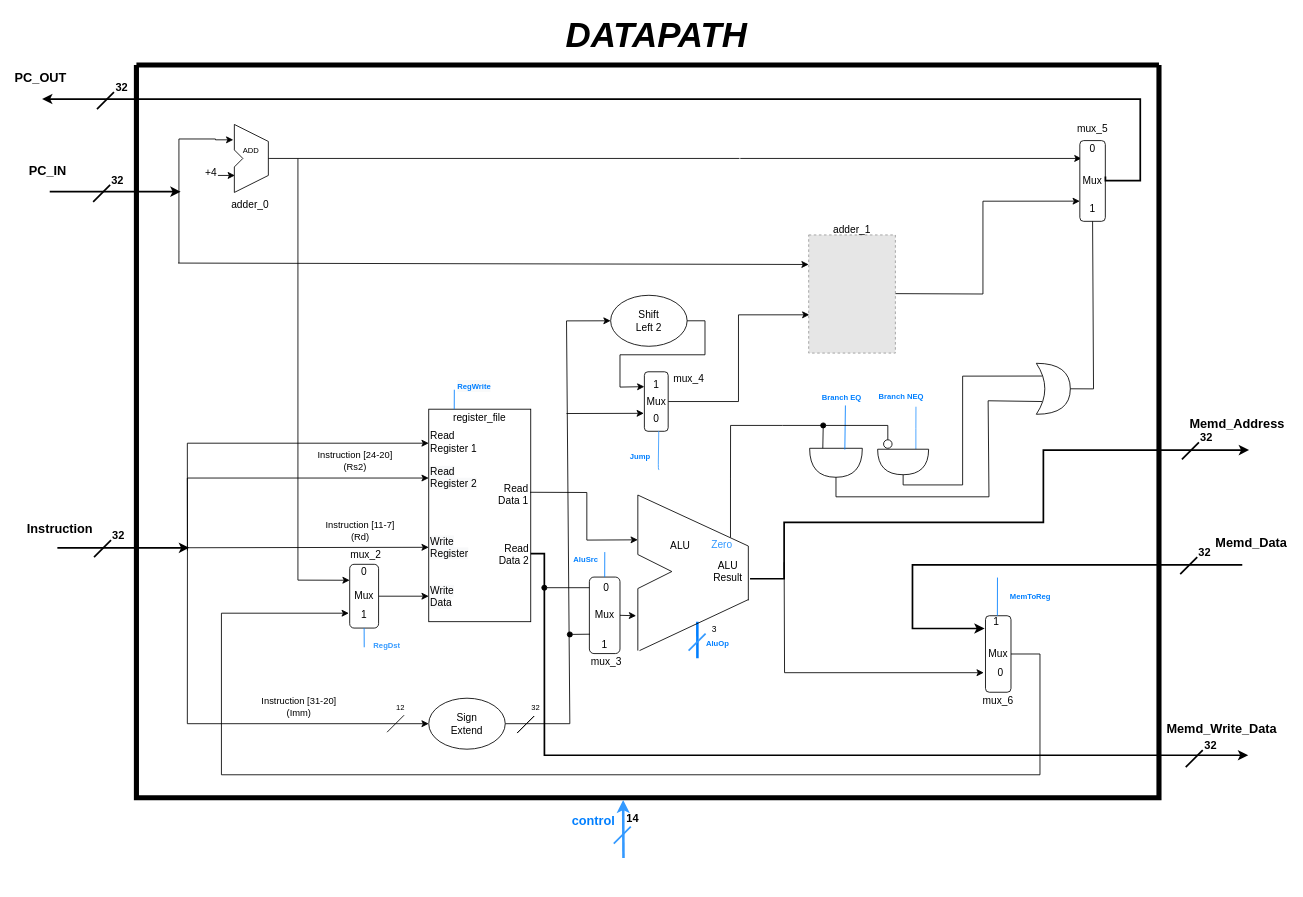
guiguitz/dedicated-processor keeps this draw.io diagram as Docs/datapath-schematic.drawio. Above is the earlier version. Source tidied: cells renumbered, new cells numbered last; positions are measured from the earlier drawing's top-left corner, leaving out a move shared by most shapes. Both pictures are drawn from the tidied source at 85%, with x=0, y=0 at pixel (34, 22). Pictures stored in the file or linked from it are replaced by grey dashed boxes.
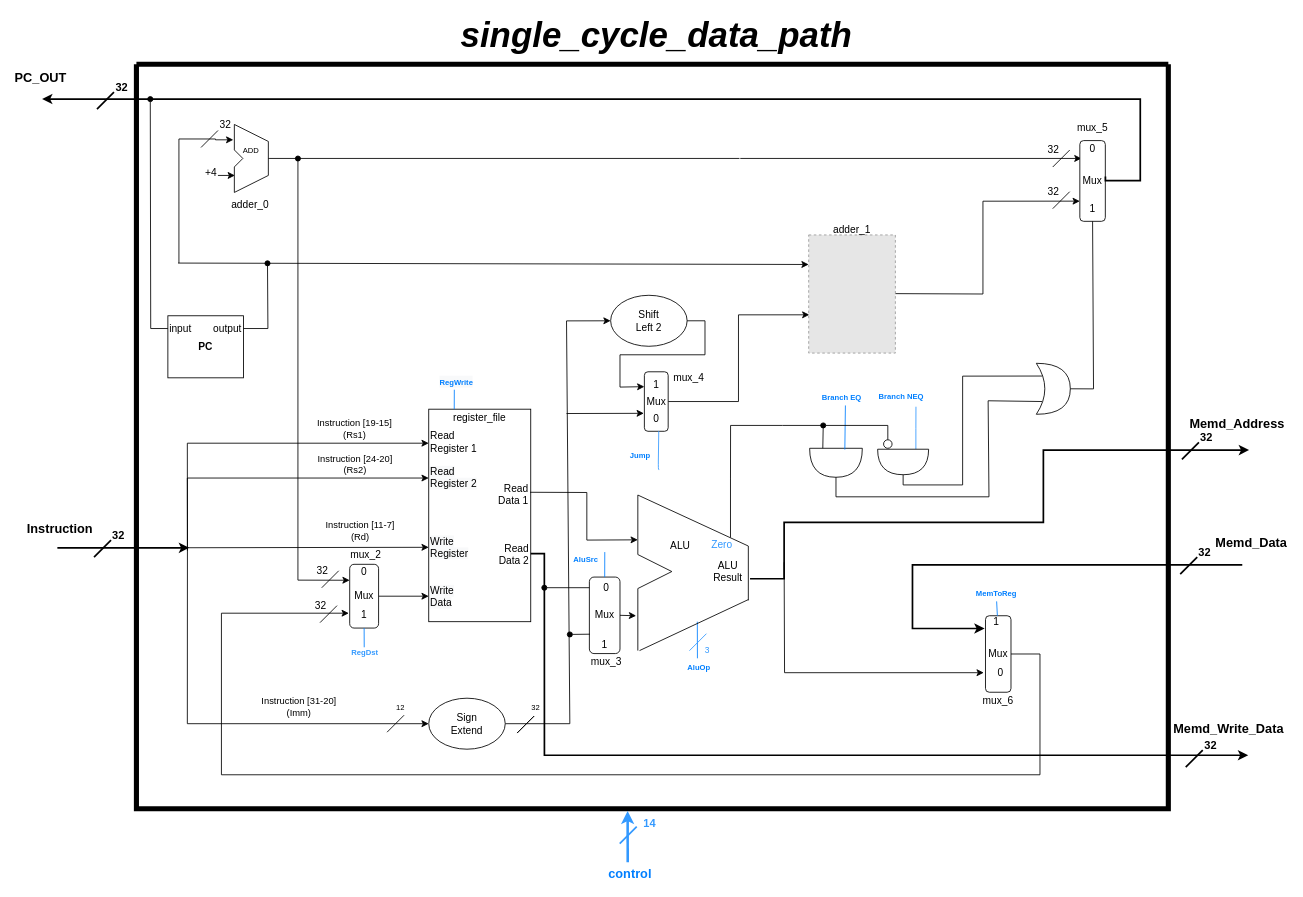
Above is the later version.

Unchanged cells that the change refers to:
```xml
<mxCell id="4" style="edgeStyle=none;rounded=0;orthogonalLoop=1;jettySize=auto;html=1;entryX=0;entryY=0.5;entryDx=0;entryDy=0;strokeColor=#000000;strokeWidth=1;" parent="1" edge="1">
  <mxGeometry relative="1" as="geometry">
    <mxPoint x="180" y="621" as="sourcePoint" />
    <mxPoint x="463.9" y="535.9" as="targetPoint" />
    <Array as="points">
      <mxPoint x="180" y="618" />
      <mxPoint x="179.9" y="535.9" />
    </Array>
  </mxGeometry>
</mxCell>
<mxCell id="32" value="Mux" style="rounded=1;whiteSpace=wrap;html=1;" parent="1" vertex="1">
  <mxGeometry x="370.9" y="637.4" width="34" height="75" as="geometry" />
</mxCell>
```

The edit, as a diff of the source:
```diff
@@
     <mxCell id="5" value="&lt;font style=&quot;font-size: 11px&quot;&gt;Instruction [24-20]&lt;br&gt;(Rs2)&lt;br&gt;&lt;/font&gt;" style="edgeLabel;html=1;align=center;verticalAlign=middle;" parent="4" vertex="1">
       <mxGeometry x="0.04" y="1" relative="1" as="geometry">
-        <mxPoint x="90" y="-19" as="offset" />
+        <mxPoint x="90" y="-15" as="offset" />
       </mxGeometry>
     </mxCell>
@@
     <mxCell id="44" value="&lt;span style=&quot;color: rgb(0, 127, 255); font-family: helvetica; font-style: normal; letter-spacing: normal; text-align: center; text-indent: 0px; text-transform: none; word-spacing: 0px; background-color: rgb(248, 249, 250); display: inline; float: none;&quot;&gt;&lt;font style=&quot;font-size: 9px;&quot;&gt;&lt;b&gt;RegWrite&lt;/b&gt;&lt;/font&gt;&lt;/span&gt;" style="text;whiteSpace=wrap;html=1;" parent="1" vertex="1">
-      <mxGeometry x="496" y="414" width="60" height="30" as="geometry" />
+      <mxGeometry x="475" y="409" width="60" height="30" as="geometry" />
     </mxCell>
@@
-    <mxCell id="46" style="endArrow=none;html=1;strokeColor=#007FFF;strokeWidth=3;" parent="1" edge="1">
+    <mxCell id="46" style="endArrow=none;html=1;strokeColor=#007FFF;strokeWidth=1;" parent="1" edge="1">
       <mxGeometry relative="1" as="geometry">
         <mxPoint x="780" y="748" as="sourcePoint" />
         <mxPoint x="779.9" y="704.9" as="targetPoint" />
       </mxGeometry>
     </mxCell>
-    <mxCell id="47" value="&lt;font color=&quot;#007fff&quot; style=&quot;font-size: 9px&quot;&gt;&lt;b&gt;AluOp&lt;/b&gt;&lt;/font&gt;" style="text;html=1;strokeColor=none;fillColor=none;align=center;verticalAlign=middle;whiteSpace=wrap;rounded=0;" parent="1" vertex="1">
-      <mxGeometry x="784" y="720" width="40" height="20" as="geometry" />
-    </mxCell>
-    <mxCell id="48" style="endArrow=none;html=1;strokeColor=#007FFF;strokeWidth=1;entryX=0.5;entryY=0;entryDx=0;entryDy=0;" parent="1" edge="1">
+    <mxCell id="48" style="endArrow=none;html=1;strokeColor=#007FFF;strokeWidth=1;entryX=0.5;entryY=0;entryDx=0;entryDy=0;exitX=0.5;exitY=1;exitDx=0;exitDy=0;" parent="1" edge="1" source="49">
       <mxGeometry relative="1" as="geometry">
-        <mxPoint x="1133" y="653" as="sourcePoint" />
         <mxPoint x="1132.9" y="697.9" as="targetPoint" />
       </mxGeometry>
     </mxCell>
-    <mxCell id="49" value="&lt;font color=&quot;#007fff&quot; style=&quot;font-size: 9px&quot;&gt;&lt;b&gt;MemToReg&lt;/b&gt;&lt;/font&gt;" style="text;html=1;strokeColor=none;fillColor=none;align=center;verticalAlign=middle;whiteSpace=wrap;rounded=0;" parent="1" vertex="1">
-      <mxGeometry x="1151.9" y="665" width="40" height="20" as="geometry" />
-    </mxCell>
@@
     <mxCell id="53" value="&lt;font style=&quot;font-size: 9px&quot; color=&quot;#3399ff&quot;&gt;&lt;b&gt;RegDst&lt;/b&gt;&lt;/font&gt;" style="text;html=1;strokeColor=none;fillColor=none;align=center;verticalAlign=middle;whiteSpace=wrap;rounded=0;" parent="1" vertex="1">
-      <mxGeometry x="395" y="722.4" width="40" height="20" as="geometry" />
+      <mxGeometry x="369" y="730.4" width="40" height="20" as="geometry" />
     </mxCell>
@@
-    <mxCell id="81" style="endArrow=classic;html=1;rounded=0;fontSize=11;fontColor=#3399FF;strokeColor=#000000;elbow=vertical;entryX=0;entryY=0.25;entryDx=0;entryDy=0;" parent="1" edge="1" target="32">
+    <mxCell id="81" style="endArrow=classic;html=1;rounded=0;fontSize=11;fontColor=#3399FF;strokeColor=#000000;elbow=vertical;entryX=0;entryY=0.25;entryDx=0;entryDy=0;startArrow=oval;startFill=1;" parent="1" edge="1" target="32">
       <mxGeometry relative="1" as="geometry">
         <mxPoint x="310" y="160" as="sourcePoint" />
         <Array as="points">
           <mxPoint x="310" y="656" />
         </Array>
       </mxGeometry>
     </mxCell>
@@
     <mxCell id="114" style="swimlane;startSize=0;strokeColor=#000000;strokeWidth=6;" parent="1" vertex="1">
-      <mxGeometry x="120" y="50" width="1203" height="862" as="geometry" />
+      <mxGeometry x="120" y="49" width="1214" height="876" as="geometry" />
     </mxCell>
@@
-    <mxCell id="116" value="&lt;font size=&quot;1&quot;&gt;3&lt;/font&gt;" style="text;html=1;strokeColor=none;fillColor=none;align=center;verticalAlign=middle;whiteSpace=wrap;rounded=0;" parent="114" vertex="1">
-      <mxGeometry x="659.9" y="653.4" width="40" height="20" as="geometry" />
+    <mxCell id="116" value="&lt;font size=&quot;1&quot;&gt;3&lt;/font&gt;" style="text;html=1;strokeColor=none;fillColor=none;align=center;verticalAlign=middle;whiteSpace=wrap;rounded=0;fontColor=#3399FF;" parent="114" vertex="1">
+      <mxGeometry x="652" y="679" width="40" height="20" as="geometry" />
     </mxCell>
@@
-    <mxCell id="119" style="endArrow=classic;html=1;rounded=0;strokeColor=#000000;strokeWidth=2;" parent="1" edge="1">
-      <mxGeometry relative="1" as="geometry">
-        <mxPoint x="18" y="199" as="sourcePoint" />
-        <mxPoint x="172" y="199" as="targetPoint" />
-      </mxGeometry>
-    </mxCell>
+    <mxCell id="144" value="&lt;b&gt;&lt;font color=&quot;#000000&quot;&gt;PC&lt;/font&gt;&lt;/b&gt;" style="rounded=0;whiteSpace=wrap;html=1;fontColor=#3399FF;" parent="114" vertex="1">
+      <mxGeometry x="37" y="296" width="89" height="73" as="geometry" />
+    </mxCell>
+    <mxCell id="145" value="input" style="text;html=1;strokeColor=none;fillColor=none;align=left;verticalAlign=middle;whiteSpace=wrap;rounded=0;fontColor=#000000;" parent="114" vertex="1">
+      <mxGeometry x="37" y="296" width="60" height="30" as="geometry" />
+    </mxCell>
+    <mxCell id="146" value="output" style="text;html=1;strokeColor=none;fillColor=none;align=right;verticalAlign=middle;whiteSpace=wrap;rounded=0;fontColor=#000000;" parent="114" vertex="1">
+      <mxGeometry x="84" y="296" width="42" height="30" as="geometry" />
+    </mxCell>
+    <mxCell id="131" style="endArrow=none;html=1;strokeColor=#000000;strokeWidth=1;" parent="114" edge="1">
+      <mxGeometry relative="1" as="geometry">
+        <mxPoint x="76" y="98" as="sourcePoint" />
+        <mxPoint x="96" y="78" as="targetPoint" />
+        <Array as="points">
+          <mxPoint x="96" y="78" />
+        </Array>
+      </mxGeometry>
+    </mxCell>
+    <mxCell id="130" value="&lt;font style=&quot;font-size: 12px;&quot;&gt;&lt;span style=&quot;font-size: 12px;&quot;&gt;&lt;font style=&quot;font-size: 12px;&quot;&gt;32&lt;/font&gt;&lt;/span&gt;&lt;br style=&quot;font-size: 12px;&quot;&gt;&lt;/font&gt;" style="text;html=1;strokeColor=none;fillColor=none;align=center;verticalAlign=middle;whiteSpace=wrap;rounded=0;fontSize=12;" parent="114" vertex="1">
+      <mxGeometry x="85" y="62" width="40" height="20" as="geometry" />
+    </mxCell>
+    <mxCell id="49" value="&lt;font color=&quot;#007fff&quot; style=&quot;font-size: 9px&quot;&gt;&lt;b&gt;MemToReg&lt;/b&gt;&lt;/font&gt;" style="text;html=1;strokeColor=none;fillColor=none;align=center;verticalAlign=middle;whiteSpace=wrap;rounded=0;" parent="114" vertex="1">
+      <mxGeometry x="992" y="612" width="40" height="20" as="geometry" />
+    </mxCell>
+    <mxCell id="47" value="&lt;font color=&quot;#007fff&quot; style=&quot;font-size: 9px&quot;&gt;&lt;b&gt;AluOp&lt;/b&gt;&lt;/font&gt;" style="text;html=1;strokeColor=none;fillColor=none;align=center;verticalAlign=middle;whiteSpace=wrap;rounded=0;" parent="114" vertex="1">
+      <mxGeometry x="642" y="699" width="40" height="20" as="geometry" />
+    </mxCell>
+    <mxCell id="147" style="endArrow=none;html=1;strokeColor=#000000;strokeWidth=1;" parent="114" edge="1">
+      <mxGeometry relative="1" as="geometry">
+        <mxPoint x="1078" y="121" as="sourcePoint" />
+        <mxPoint x="1098" y="101" as="targetPoint" />
+        <Array as="points">
+          <mxPoint x="1098" y="101" />
+        </Array>
+      </mxGeometry>
+    </mxCell>
+    <mxCell id="148" value="&lt;font style=&quot;font-size: 12px;&quot;&gt;&lt;span style=&quot;font-size: 12px;&quot;&gt;&lt;font style=&quot;font-size: 12px;&quot;&gt;32&lt;/font&gt;&lt;/span&gt;&lt;br style=&quot;font-size: 12px;&quot;&gt;&lt;/font&gt;" style="text;html=1;strokeColor=none;fillColor=none;align=center;verticalAlign=middle;whiteSpace=wrap;rounded=0;fontSize=12;" parent="114" vertex="1">
+      <mxGeometry x="1059" y="91" width="40" height="20" as="geometry" />
+    </mxCell>
+    <mxCell id="149" style="endArrow=none;html=1;strokeColor=#000000;strokeWidth=1;" parent="114" edge="1">
+      <mxGeometry relative="1" as="geometry">
+        <mxPoint x="1078" y="170" as="sourcePoint" />
+        <mxPoint x="1098" y="150" as="targetPoint" />
+        <Array as="points">
+          <mxPoint x="1098" y="150" />
+        </Array>
+      </mxGeometry>
+    </mxCell>
+    <mxCell id="150" value="&lt;font style=&quot;font-size: 12px;&quot;&gt;&lt;span style=&quot;font-size: 12px;&quot;&gt;&lt;font style=&quot;font-size: 12px;&quot;&gt;32&lt;/font&gt;&lt;/span&gt;&lt;br style=&quot;font-size: 12px;&quot;&gt;&lt;/font&gt;" style="text;html=1;strokeColor=none;fillColor=none;align=center;verticalAlign=middle;whiteSpace=wrap;rounded=0;fontSize=12;" parent="114" vertex="1">
+      <mxGeometry x="1059" y="140" width="40" height="20" as="geometry" />
+    </mxCell>
+    <mxCell id="151" style="endArrow=none;html=1;strokeColor=#000000;strokeWidth=1;" parent="114" edge="1">
+      <mxGeometry relative="1" as="geometry">
+        <mxPoint x="216" y="657" as="sourcePoint" />
+        <mxPoint x="236" y="637" as="targetPoint" />
+        <Array as="points">
+          <mxPoint x="236" y="637" />
+        </Array>
+      </mxGeometry>
+    </mxCell>
+    <mxCell id="152" value="&lt;font style=&quot;font-size: 12px;&quot;&gt;&lt;span style=&quot;font-size: 12px;&quot;&gt;&lt;font style=&quot;font-size: 12px;&quot;&gt;32&lt;/font&gt;&lt;/span&gt;&lt;br style=&quot;font-size: 12px;&quot;&gt;&lt;/font&gt;" style="text;html=1;strokeColor=none;fillColor=none;align=center;verticalAlign=middle;whiteSpace=wrap;rounded=0;fontSize=12;" parent="114" vertex="1">
+      <mxGeometry x="197" y="627" width="40" height="20" as="geometry" />
+    </mxCell>
+    <mxCell id="153" style="endArrow=none;html=1;strokeColor=#000000;strokeWidth=1;" parent="114" edge="1">
+      <mxGeometry relative="1" as="geometry">
+        <mxPoint x="218" y="616" as="sourcePoint" />
+        <mxPoint x="238" y="596" as="targetPoint" />
+        <Array as="points">
+          <mxPoint x="238" y="596" />
+        </Array>
+      </mxGeometry>
+    </mxCell>
+    <mxCell id="154" value="&lt;font style=&quot;font-size: 12px;&quot;&gt;&lt;span style=&quot;font-size: 12px;&quot;&gt;&lt;font style=&quot;font-size: 12px;&quot;&gt;32&lt;/font&gt;&lt;/span&gt;&lt;br style=&quot;font-size: 12px;&quot;&gt;&lt;/font&gt;" style="text;html=1;strokeColor=none;fillColor=none;align=center;verticalAlign=middle;whiteSpace=wrap;rounded=0;fontSize=12;" parent="114" vertex="1">
+      <mxGeometry x="199" y="586" width="40" height="20" as="geometry" />
+    </mxCell>
+    <mxCell id="155" value="&lt;span style=&quot;color: rgb(0, 0, 0); font-family: Helvetica; font-size: 11px; font-style: normal; font-variant-ligatures: normal; font-variant-caps: normal; font-weight: 400; letter-spacing: normal; orphans: 2; text-indent: 0px; text-transform: none; widows: 2; word-spacing: 0px; -webkit-text-stroke-width: 0px; background-color: rgb(255, 255, 255); text-decoration-thickness: initial; text-decoration-style: initial; text-decoration-color: initial; float: none; display: inline !important;&quot;&gt;Instruction [19-15]&lt;/span&gt;&lt;br style=&quot;color: rgb(0, 0, 0); font-family: Helvetica; font-size: 11px; font-style: normal; font-variant-ligatures: normal; font-variant-caps: normal; font-weight: 400; letter-spacing: normal; orphans: 2; text-indent: 0px; text-transform: none; widows: 2; word-spacing: 0px; -webkit-text-stroke-width: 0px; background-color: rgb(255, 255, 255); text-decoration-thickness: initial; text-decoration-style: initial; text-decoration-color: initial;&quot;&gt;&lt;span style=&quot;color: rgb(0, 0, 0); font-family: Helvetica; font-size: 11px; font-style: normal; font-variant-ligatures: normal; font-variant-caps: normal; font-weight: 400; letter-spacing: normal; orphans: 2; text-indent: 0px; text-transform: none; widows: 2; word-spacing: 0px; -webkit-text-stroke-width: 0px; background-color: rgb(255, 255, 255); text-decoration-thickness: initial; text-decoration-style: initial; text-decoration-color: initial; float: none; display: inline !important;&quot;&gt;(Rs1)&lt;/span&gt;" style="text;whiteSpace=wrap;html=1;fontSize=12;fontColor=#3399FF;align=center;" parent="114" vertex="1">
+      <mxGeometry x="203" y="408" width="108" height="42" as="geometry" />
+    </mxCell>
     <mxCell id="120" style="endArrow=classic;html=1;rounded=0;strokeColor=#3399FF;strokeWidth=3;entryX=0.476;entryY=1.003;entryDx=0;entryDy=0;entryPerimeter=0;" parent="1" edge="1" target="114">
       <mxGeometry relative="1" as="geometry">
-        <mxPoint x="693" y="983" as="sourcePoint" />
+        <mxPoint x="698" y="988" as="sourcePoint" />
       </mxGeometry>
     </mxCell>
     <mxCell id="121" style="endArrow=none;html=1;strokeColor=#3399FF;strokeWidth=2;" parent="1" edge="1">
       <mxGeometry relative="1" as="geometry">
-        <mxPoint x="681.6" y="966" as="sourcePoint" />
-        <mxPoint x="701.6" y="946" as="targetPoint" />
+        <mxPoint x="688.6" y="966" as="sourcePoint" />
+        <mxPoint x="708.6" y="946" as="targetPoint" />
         <Array as="points">
-          <mxPoint x="701.6" y="946" />
+          <mxPoint x="708.6" y="946" />
         </Array>
       </mxGeometry>
     </mxCell>
-    <mxCell id="122" value="&lt;font size=&quot;1&quot; style=&quot;&quot;&gt;&lt;b style=&quot;font-size: 13px;&quot;&gt;14&lt;/b&gt;&lt;/font&gt;" style="text;html=1;strokeColor=none;fillColor=none;align=center;verticalAlign=middle;whiteSpace=wrap;rounded=0;" parent="1" vertex="1">
-      <mxGeometry x="683.6" y="926" width="40" height="20" as="geometry" />
+    <mxCell id="122" value="&lt;font size=&quot;1&quot; style=&quot;&quot;&gt;&lt;b style=&quot;font-size: 13px;&quot;&gt;14&lt;/b&gt;&lt;/font&gt;" style="text;html=1;strokeColor=none;fillColor=none;align=center;verticalAlign=middle;whiteSpace=wrap;rounded=0;fontColor=#3399FF;" parent="1" vertex="1">
+      <mxGeometry x="703.6" y="932" width="40" height="20" as="geometry" />
     </mxCell>
     <mxCell id="123" value="&lt;font color=&quot;#007fff&quot; style=&quot;font-size: 15px;&quot;&gt;&lt;b&gt;control&lt;/b&gt;&lt;/font&gt;" style="text;html=1;strokeColor=none;fillColor=none;align=center;verticalAlign=middle;whiteSpace=wrap;rounded=0;" parent="1" vertex="1">
-      <mxGeometry x="637.9" y="929" width="40" height="20" as="geometry" />
+      <mxGeometry x="681" y="991" width="40" height="20" as="geometry" />
     </mxCell>
-    <mxCell id="124" style="endArrow=none;html=1;strokeColor=#3399FF;strokeWidth=2;" parent="1" edge="1">
+    <mxCell id="124" style="endArrow=none;html=1;strokeColor=#3399FF;strokeWidth=1;" parent="1" edge="1">
       <mxGeometry relative="1" as="geometry">
-        <mxPoint x="769.6" y="739" as="sourcePoint" />
-        <mxPoint x="789.6" y="719" as="targetPoint" />
+        <mxPoint x="770.6" y="739" as="sourcePoint" />
+        <mxPoint x="790.6" y="719" as="targetPoint" />
         <Array as="points">
-          <mxPoint x="789.6" y="719" />
+          <mxPoint x="790.6" y="719" />
         </Array>
       </mxGeometry>
     </mxCell>
-    <mxCell id="125" value="&lt;font style=&quot;font-size: 15px;&quot;&gt;&lt;b&gt;PC_IN&lt;br&gt;&lt;/b&gt;&lt;/font&gt;" style="text;html=1;strokeColor=none;fillColor=none;align=right;verticalAlign=middle;whiteSpace=wrap;rounded=0;" parent="1" vertex="1">
-      <mxGeometry y="164" width="40" height="20" as="geometry" />
-    </mxCell>
@@
-    <mxCell id="130" value="&lt;font style=&quot;&quot;&gt;&lt;b style=&quot;&quot;&gt;&lt;font style=&quot;font-size: 13px;&quot;&gt;32&lt;/font&gt;&lt;/b&gt;&lt;br&gt;&lt;/font&gt;" style="text;html=1;strokeColor=none;fillColor=none;align=center;verticalAlign=middle;whiteSpace=wrap;rounded=0;" parent="1" vertex="1">
-      <mxGeometry x="78.1" y="175" width="40" height="20" as="geometry" />
-    </mxCell>
-    <mxCell id="131" style="endArrow=none;html=1;strokeColor=#000000;strokeWidth=2;" parent="1" edge="1">
-      <mxGeometry relative="1" as="geometry">
-        <mxPoint x="69.1" y="211" as="sourcePoint" />
-        <mxPoint x="89.1" y="191" as="targetPoint" />
-        <Array as="points">
-          <mxPoint x="89.1" y="191" />
-        </Array>
-      </mxGeometry>
-    </mxCell>
@@
     <mxCell id="142" value="&lt;font style=&quot;font-size: 15px;&quot;&gt;&lt;b&gt;Memd_Write_Data&lt;/b&gt;&lt;br&gt;&lt;/font&gt;" style="text;html=1;strokeColor=none;fillColor=none;align=right;verticalAlign=middle;whiteSpace=wrap;rounded=0;" parent="1" vertex="1">
-      <mxGeometry x="1424" y="820" width="40" height="20" as="geometry" />
+      <mxGeometry x="1432" y="820" width="40" height="20" as="geometry" />
     </mxCell>
-    <mxCell id="143" value="&lt;b&gt;&lt;i&gt;&lt;font style=&quot;font-size: 41px;&quot;&gt;DATAPATH&lt;/font&gt;&lt;/i&gt;&lt;/b&gt;" style="text;html=1;strokeColor=none;fillColor=none;align=center;verticalAlign=middle;whiteSpace=wrap;rounded=0;fontSize=15;" parent="1" vertex="1">
+    <mxCell id="143" value="&lt;b&gt;&lt;i&gt;&lt;font style=&quot;font-size: 41px;&quot;&gt;single_cycle_data_path&lt;/font&gt;&lt;/i&gt;&lt;/b&gt;" style="text;html=1;strokeColor=none;fillColor=none;align=center;verticalAlign=middle;whiteSpace=wrap;rounded=0;fontSize=15;" parent="1" vertex="1">
       <mxGeometry x="701.6" width="60" height="30" as="geometry" />
     </mxCell>
+    <mxCell id="156" style="edgeStyle=orthogonalEdgeStyle;rounded=0;jettySize=auto;html=1;exitX=0;exitY=0.5;exitDx=0;exitDy=0;fontSize=11;fontColor=#3399FF;startArrow=none;startFill=0;endArrow=oval;endFill=1;endSize=6;strokeWidth=1;" parent="1" edge="1" source="145">
+      <mxGeometry relative="1" as="geometry">
+        <mxPoint x="136.3" y="90.1" as="targetPoint" />
+      </mxGeometry>
+    </mxCell>
+    <mxCell id="157" style="edgeStyle=orthogonalEdgeStyle;rounded=0;jettySize=auto;html=1;exitX=1;exitY=0.5;exitDx=0;exitDy=0;fontSize=11;fontColor=#3399FF;startArrow=none;startFill=0;endArrow=oval;endFill=1;endSize=6;strokeWidth=1;" parent="1" edge="1" source="146">
+      <mxGeometry relative="1" as="geometry">
+        <mxPoint x="274.2" y="283.3" as="targetPoint" />
+      </mxGeometry>
+    </mxCell>
```
